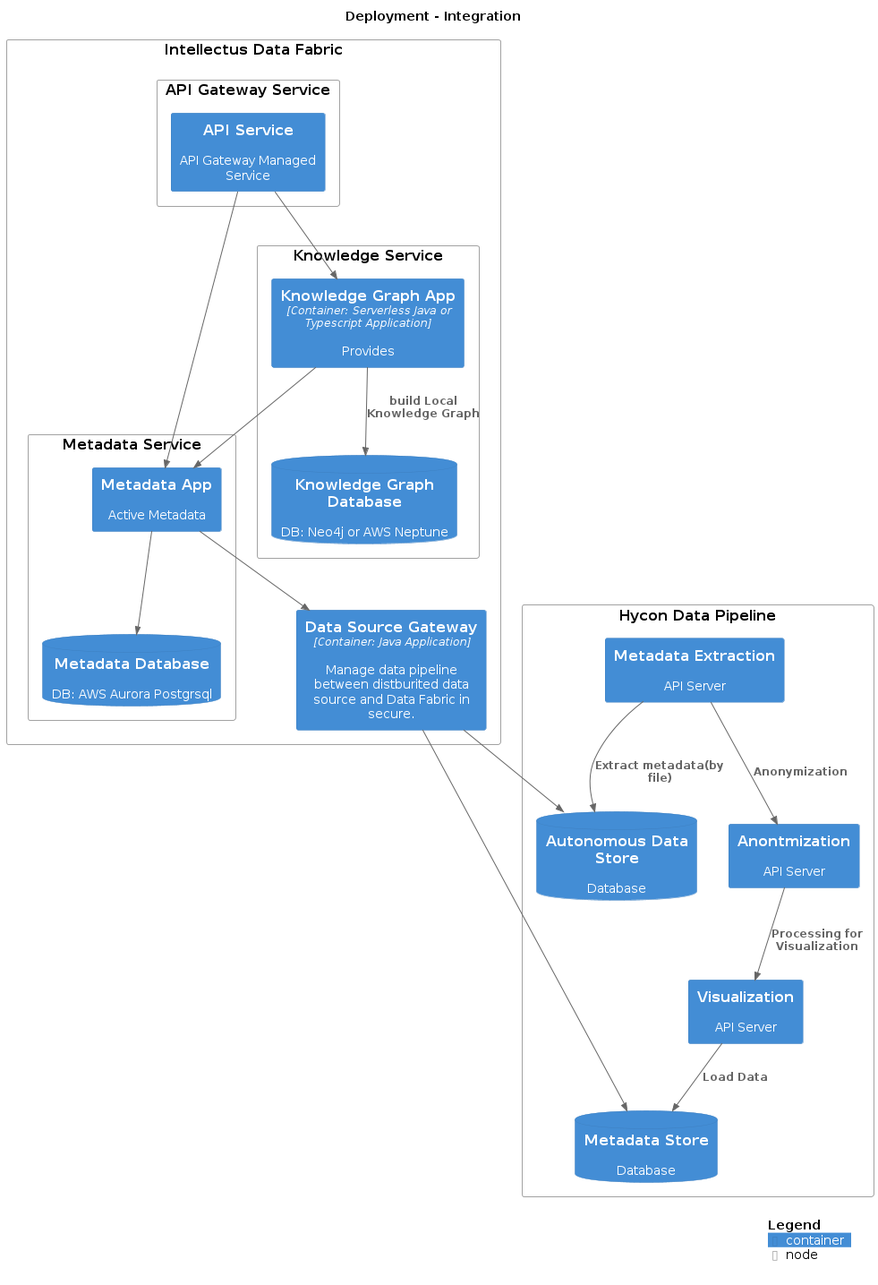
The PlantUML diagram master/png/HeighLevelDesign.png in IntellectusCorp/data-fabric-docs, before a commit.
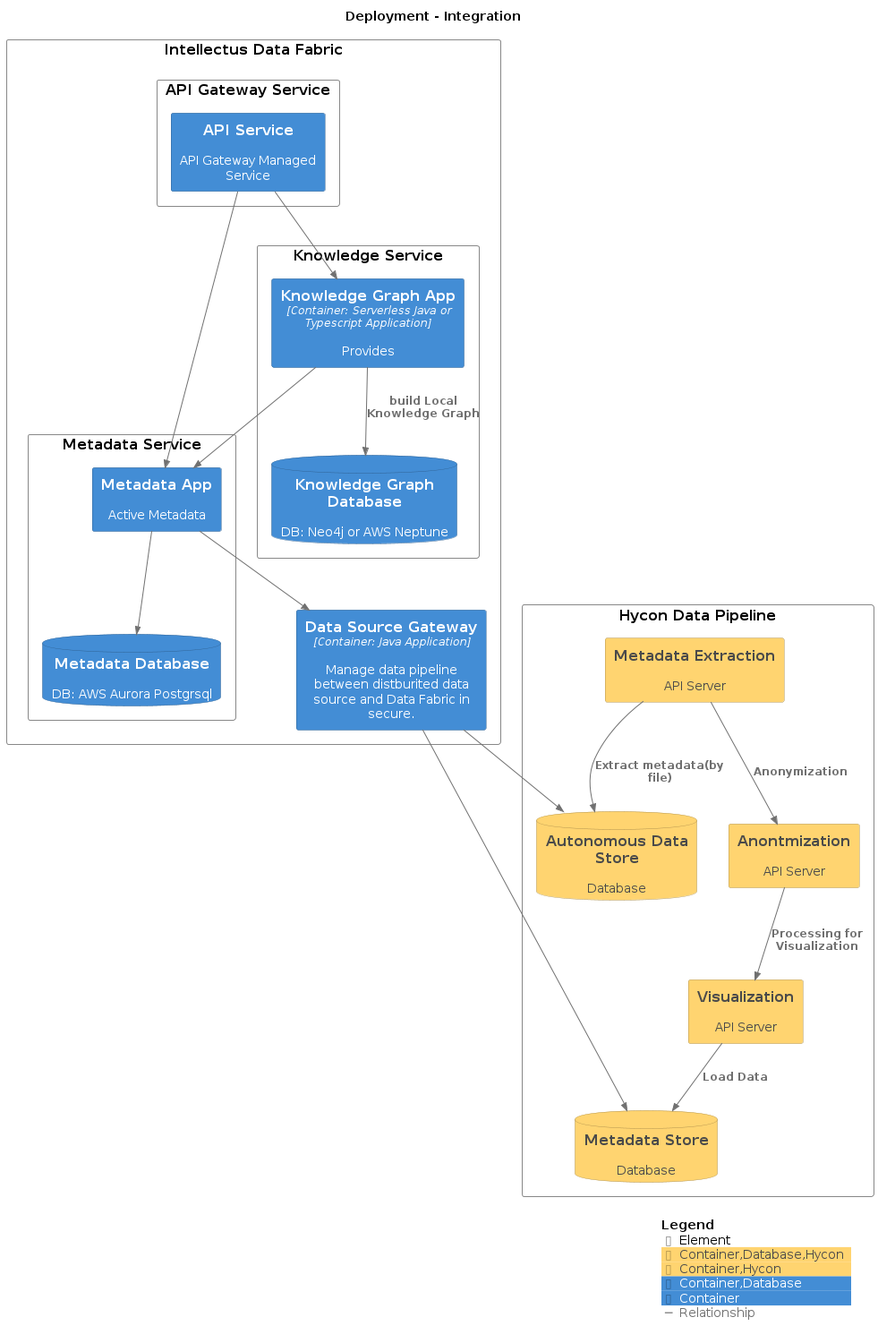
After the change.

What changed in the source:
```diff
@@ -9,44 +9,52 @@
 !include <C4/C4_Container>
 !include <C4/C4_Deployment>
 
-Deployment_Node(Integration.HyconDataPipeline, "Hycon Data Pipeline", $type="", $tags="", $link="") {
-  ContainerDb(Integration.HyconDataPipeline.AutonomousDataStore_1, "Autonomous Data Store", $techn="", $descr="Database", $tags="", $link="")
-  ContainerDb(Integration.HyconDataPipeline.MetadataStore_1, "Metadata Store", $techn="", $descr="Database", $tags="", $link="")
-  Container(Integration.HyconDataPipeline.MetadataExtraction_1, "Metadata Extraction", $techn="", $descr="API Server", $tags="", $link="")
-  Container(Integration.HyconDataPipeline.Anontmization_1, "Anontmization", $techn="", $descr="API Server", $tags="", $link="")
-  Container(Integration.HyconDataPipeline.Visualization_1, "Visualization", $techn="", $descr="API Server", $tags="", $link="")
+AddElementTag("Element", $bgColor="#ffffff", $borderColor="#888888", $fontColor="#000000", $sprite="", $shadowing="")
+AddElementTag("Container,Database,Hycon", $bgColor="#ffd470", $borderColor="#b2944e", $fontColor="#4a4a4a", $sprite="", $shadowing="")
+AddElementTag("Container,Hycon", $bgColor="#ffd470", $borderColor="#b2944e", $fontColor="#4a4a4a", $sprite="", $shadowing="")
+AddElementTag("Container,Database", $bgColor="#438dd5", $borderColor="#2e6295", $fontColor="#ffffff", $sprite="", $shadowing="")
+AddElementTag("Container", $bgColor="#438dd5", $borderColor="#2e6295", $fontColor="#ffffff", $sprite="", $shadowing="")
+
+AddRelTag("Relationship", $textColor="#707070", $lineColor="#707070", $lineStyle = "")
+
+Deployment_Node(Integration.HyconDataPipeline, "Hycon Data Pipeline", $type="", $tags="Element", $link="") {
+  ContainerDb(Integration.HyconDataPipeline.AutonomousDataStore_1, "Autonomous Data Store", $techn="", $descr="Database", $tags="Container,Database,Hycon", $link="")
+  ContainerDb(Integration.HyconDataPipeline.MetadataStore_1, "Metadata Store", $techn="", $descr="Database", $tags="Container,Database,Hycon", $link="")
+  Container(Integration.HyconDataPipeline.MetadataExtraction_1, "Metadata Extraction", $techn="", $descr="API Server", $tags="Container,Hycon", $link="")
+  Container(Integration.HyconDataPipeline.Anontmization_1, "Anontmization", $techn="", $descr="API Server", $tags="Container,Hycon", $link="")
+  Container(Integration.HyconDataPipeline.Visualization_1, "Visualization", $techn="", $descr="API Server", $tags="Container,Hycon", $link="")
 }
 
-Deployment_Node(Integration.IntellectusDataFabric, "Intellectus Data Fabric", $type="", $tags="", $link="") {
-  Container(Integration.IntellectusDataFabric.DataSourceGateway_1, "Data Source Gateway", $techn="Container: Java Application", $descr="Manage data pipeline between distburited data source and Data Fabric in secure.", $tags="", $link="")
-  Deployment_Node(Integration.IntellectusDataFabric.MetadataService, "Metadata Service", $type="", $tags="", $link="") {
-    Container(Integration.IntellectusDataFabric.MetadataService.MetadataApp_1, "Metadata App", $techn="", $descr="Active Metadata", $tags="", $link="")
-    ContainerDb(Integration.IntellectusDataFabric.MetadataService.MetadataDatabase_1, "Metadata Database", $techn="", $descr="DB: AWS Aurora Postgrsql", $tags="", $link="")
+Deployment_Node(Integration.IntellectusDataFabric, "Intellectus Data Fabric", $type="", $tags="Element", $link="") {
+  Container(Integration.IntellectusDataFabric.DataSourceGateway_1, "Data Source Gateway", $techn="Container: Java Application", $descr="Manage data pipeline between distburited data source and Data Fabric in secure.", $tags="Container", $link="")
+  Deployment_Node(Integration.IntellectusDataFabric.MetadataService, "Metadata Service", $type="", $tags="Element", $link="") {
+    Container(Integration.IntellectusDataFabric.MetadataService.MetadataApp_1, "Metadata App", $techn="", $descr="Active Metadata", $tags="Container", $link="")
+    ContainerDb(Integration.IntellectusDataFabric.MetadataService.MetadataDatabase_1, "Metadata Database", $techn="", $descr="DB: AWS Aurora Postgrsql", $tags="Container,Database", $link="")
   }
 
-  Deployment_Node(Integration.IntellectusDataFabric.KnowledgeService, "Knowledge Service", $type="", $tags="", $link="") {
-    Container(Integration.IntellectusDataFabric.KnowledgeService.KnowledgeGraphApp_1, "Knowledge Graph App", $techn="Container: Serverless Java or Typescript Application", $descr="Provides", $tags="", $link="")
-    ContainerDb(Integration.IntellectusDataFabric.KnowledgeService.KnowledgeGraphDatabase_1, "Knowledge Graph Database", $techn="", $descr="DB: Neo4j or AWS Neptune", $tags="", $link="")
+  Deployment_Node(Integration.IntellectusDataFabric.KnowledgeService, "Knowledge Service", $type="", $tags="Element", $link="") {
+    Container(Integration.IntellectusDataFabric.KnowledgeService.KnowledgeGraphApp_1, "Knowledge Graph App", $techn="Container: Serverless Java or Typescript Application", $descr="Provides", $tags="Container", $link="")
+    ContainerDb(Integration.IntellectusDataFabric.KnowledgeService.KnowledgeGraphDatabase_1, "Knowledge Graph Database", $techn="", $descr="DB: Neo4j or AWS Neptune", $tags="Container,Database", $link="")
   }
 
-  Deployment_Node(Integration.IntellectusDataFabric.APIGatewayService, "API Gateway Service", $type="", $tags="", $link="") {
-    Container(Integration.IntellectusDataFabric.APIGatewayService.APIService_1, "API Service", $techn="", $descr="API Gateway Managed Service", $tags="", $link="")
+  Deployment_Node(Integration.IntellectusDataFabric.APIGatewayService, "API Gateway Service", $type="", $tags="Element", $link="") {
+    Container(Integration.IntellectusDataFabric.APIGatewayService.APIService_1, "API Service", $techn="", $descr="API Gateway Managed Service", $tags="Container", $link="")
   }
 
 }
 
-Rel_D(Integration.HyconDataPipeline.MetadataExtraction_1, Integration.HyconDataPipeline.AutonomousDataStore_1, "Extract metadata(by file)", $techn="", $tags="", $link="")
-Rel_D(Integration.HyconDataPipeline.MetadataExtraction_1, Integration.HyconDataPipeline.Anontmization_1, "Anonymization", $techn="", $tags="", $link="")
-Rel_D(Integration.HyconDataPipeline.Anontmization_1, Integration.HyconDataPipeline.Visualization_1, "Processing for Visualization", $techn="", $tags="", $link="")
-Rel_D(Integration.HyconDataPipeline.Visualization_1, Integration.HyconDataPipeline.MetadataStore_1, "Load Data", $techn="", $tags="", $link="")
-Rel_D(Integration.IntellectusDataFabric.DataSourceGateway_1, Integration.HyconDataPipeline.MetadataStore_1, "", $techn="", $tags="", $link="")
-Rel_D(Integration.IntellectusDataFabric.DataSourceGateway_1, Integration.HyconDataPipeline.AutonomousDataStore_1, "", $techn="", $tags="", $link="")
-Rel_D(Integration.IntellectusDataFabric.MetadataService.MetadataApp_1, Integration.IntellectusDataFabric.DataSourceGateway_1, "", $techn="", $tags="", $link="")
-Rel_D(Integration.IntellectusDataFabric.MetadataService.MetadataApp_1, Integration.IntellectusDataFabric.MetadataService.MetadataDatabase_1, "", $techn="", $tags="", $link="")
-Rel_D(Integration.IntellectusDataFabric.KnowledgeService.KnowledgeGraphApp_1, Integration.IntellectusDataFabric.MetadataService.MetadataApp_1, "", $techn="", $tags="", $link="")
-Rel_D(Integration.IntellectusDataFabric.KnowledgeService.KnowledgeGraphApp_1, Integration.IntellectusDataFabric.KnowledgeService.KnowledgeGraphDatabase_1, "build Local Knowledge Graph", $techn="", $tags="", $link="")
-Rel_D(Integration.IntellectusDataFabric.APIGatewayService.APIService_1, Integration.IntellectusDataFabric.KnowledgeService.KnowledgeGraphApp_1, "", $techn="", $tags="", $link="")
-Rel_D(Integration.IntellectusDataFabric.APIGatewayService.APIService_1, Integration.IntellectusDataFabric.MetadataService.MetadataApp_1, "", $techn="", $tags="", $link="")
+Rel_D(Integration.HyconDataPipeline.MetadataExtraction_1, Integration.HyconDataPipeline.AutonomousDataStore_1, "Extract metadata(by file)", $techn="", $tags="Relationship", $link="")
+Rel_D(Integration.HyconDataPipeline.MetadataExtraction_1, Integration.HyconDataPipeline.Anontmization_1, "Anonymization", $techn="", $tags="Relationship", $link="")
+Rel_D(Integration.HyconDataPipeline.Visualization_1, Integration.HyconDataPipeline.MetadataStore_1, "Load Data", $techn="", $tags="Relationship", $link="")
+Rel_D(Integration.HyconDataPipeline.Anontmization_1, Integration.HyconDataPipeline.Visualization_1, "Processing for Visualization", $techn="", $tags="Relationship", $link="")
+Rel_D(Integration.IntellectusDataFabric.DataSourceGateway_1, Integration.HyconDataPipeline.MetadataStore_1, "", $techn="", $tags="Relationship", $link="")
+Rel_D(Integration.IntellectusDataFabric.DataSourceGateway_1, Integration.HyconDataPipeline.AutonomousDataStore_1, "", $techn="", $tags="Relationship", $link="")
+Rel_D(Integration.IntellectusDataFabric.MetadataService.MetadataApp_1, Integration.IntellectusDataFabric.DataSourceGateway_1, "", $techn="", $tags="Relationship", $link="")
+Rel_D(Integration.IntellectusDataFabric.MetadataService.MetadataApp_1, Integration.IntellectusDataFabric.MetadataService.MetadataDatabase_1, "", $techn="", $tags="Relationship", $link="")
+Rel_D(Integration.IntellectusDataFabric.KnowledgeService.KnowledgeGraphApp_1, Integration.IntellectusDataFabric.MetadataService.MetadataApp_1, "", $techn="", $tags="Relationship", $link="")
+Rel_D(Integration.IntellectusDataFabric.KnowledgeService.KnowledgeGraphApp_1, Integration.IntellectusDataFabric.KnowledgeService.KnowledgeGraphDatabase_1, "build Local Knowledge Graph", $techn="", $tags="Relationship", $link="")
+Rel_D(Integration.IntellectusDataFabric.APIGatewayService.APIService_1, Integration.IntellectusDataFabric.KnowledgeService.KnowledgeGraphApp_1, "", $techn="", $tags="Relationship", $link="")
+Rel_D(Integration.IntellectusDataFabric.APIGatewayService.APIService_1, Integration.IntellectusDataFabric.MetadataService.MetadataApp_1, "", $techn="", $tags="Relationship", $link="")
 
 SHOW_LEGEND(true)
 @enduml
```
